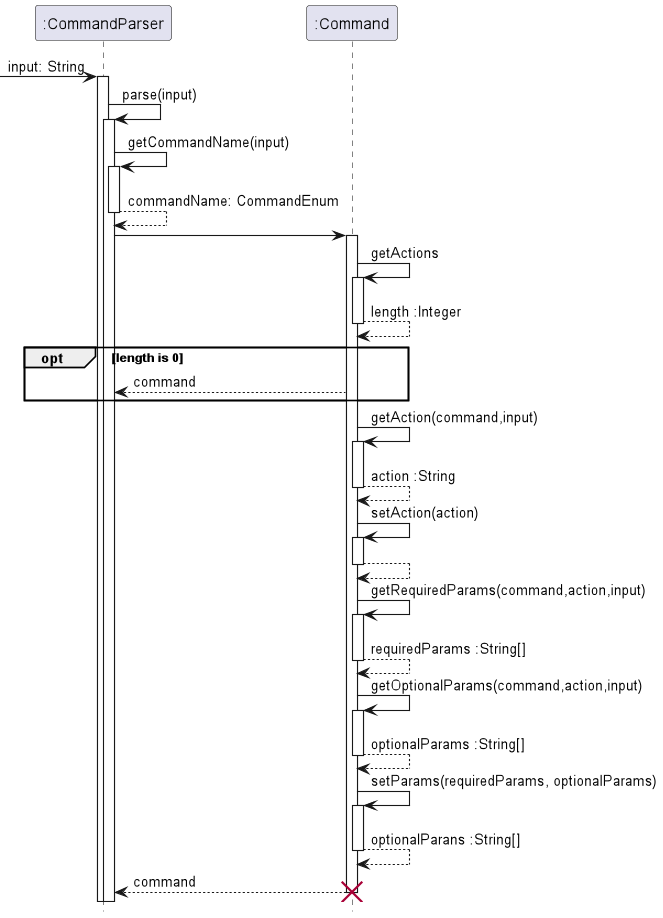
Above: docs/images/CommandParserSequence.png in stephenkyang/tp (PlantUML), before the change.
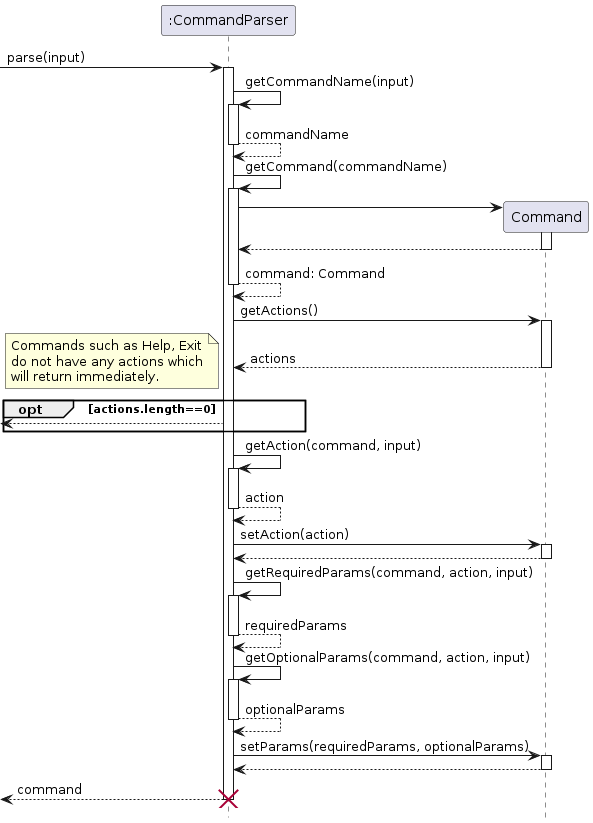
After the change.

Change to the diagram source:
```diff
@@ -1,58 +1,61 @@
 @startuml
+
+participant ":CommandParser"
+participant "Command"
 
 hide footbox
 
- -> ":CommandParser": input: String
+-> ":CommandParser": parse(input)
+activate ":CommandParser"
 
-activate ":CommandParser"
-":CommandParser" -> ":CommandParser": parse(input)
-activate  ":CommandParser"
 ":CommandParser" -> ":CommandParser": getCommandName(input)
 activate ":CommandParser"
-return commandName: CommandEnum
+return commandName
 
-":CommandParser" -> ":Command"
-activate ":Command"
+":CommandParser" -> ":CommandParser": getCommand(commandName)
+activate ":CommandParser"
 
-":Command" -> ":Command": getActions
-activate ":Command"
-return length :Integer
+":CommandParser" -> Command **
+activate Command
+Command --> ":CommandParser"
+deactivate Command
+return command: Command
+
+":CommandParser" -> "Command": getActions()
+activate Command
+Command --> ":CommandParser": actions
+deactivate Command
+
+opt actions.length==0
+    note left
+    Commands such as Help, Exit
+    do not have any actions which
+    will return immediately.
+    end note
+    <-- ":CommandParser"
+end
 
 
-opt length is 0
-    ":Command" --> ":CommandParser": command
+":CommandParser" -> ":CommandParser": getAction(command, input)
+activate ":CommandParser"
+return action
 
-   end
-
-
-
-activate ":Command"
-
-
-":Command" -> ":Command": getAction(command,input)
-activate ":Command"
-return action :String
-
-":Command" -> ":Command": setAction(action)
-activate ":Command"
+":CommandParser" -> "Command": setAction(action)
+activate "Command"
 return
 
-":Command" -> ":Command": getRequiredParams(command,action,input)
-activate ":Command"
-return requiredParams :String[]
+":CommandParser" -> ":CommandParser": getRequiredParams(command, action, input)
+activate ":CommandParser"
+return requiredParams
 
-":Command" -> ":Command": getOptionalParams(command,action,input)
-activate ":Command"
-return optionalParams :String[]
+":CommandParser" -> ":CommandParser": getOptionalParams(command, action, input)
+activate ":CommandParser"
+return optionalParams
 
-":Command" -> ":Command": setParams(requiredParams, optionalParams)
-activate ":Command"
-return optionalParans :String[]
+":CommandParser" -> "Command": setParams(requiredParams, optionalParams)
+activate "Command"
+return
 
-
-return command
-destroy ":Command"
-deactivate ":Command"
-
+<-- ":CommandParser" !! : command
 
 @enduml
```
